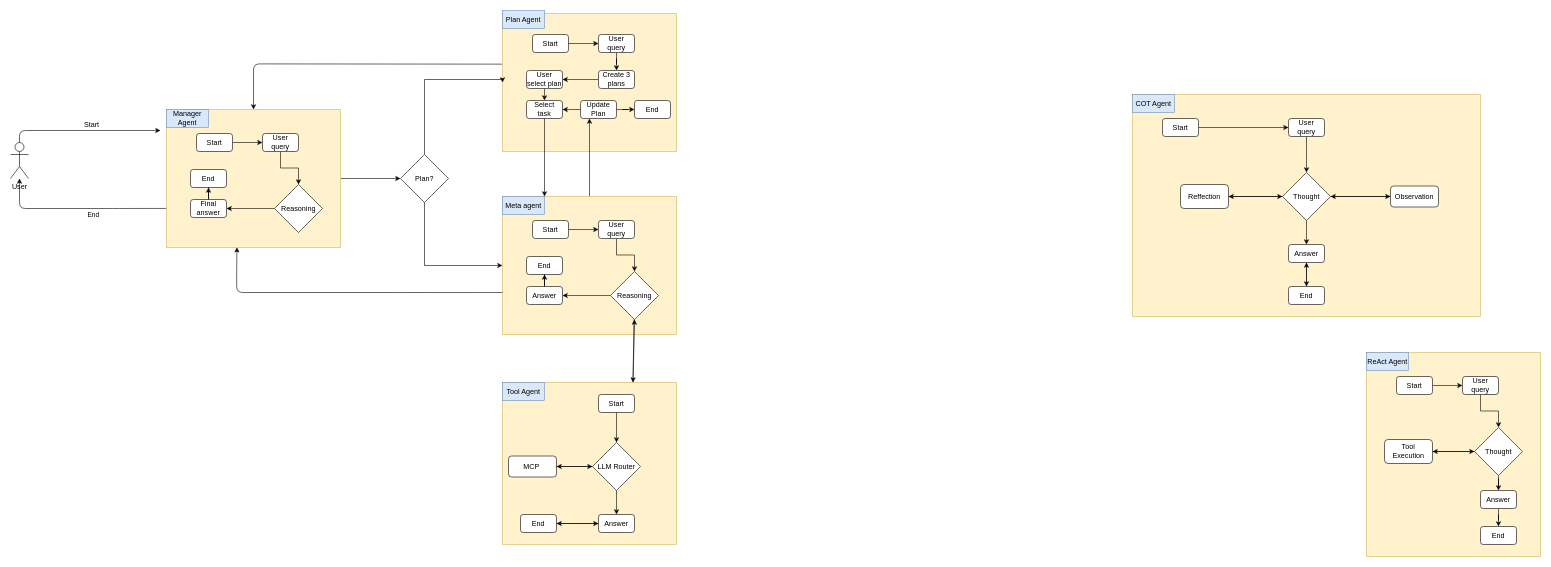
BaoBao112233/MAS-Planning keeps this draw.io diagram as docs/MAS_PlanAgent.drawio. Above is the earlier version. Source tidied: cells renumbered, new cells numbered last; positions are measured from the earlier drawing's top-left corner, leaving out a move shared by most shapes. Both pictures are drawn from the tidied source at 60%, with x=0, y=0 at pixel (10, 10).
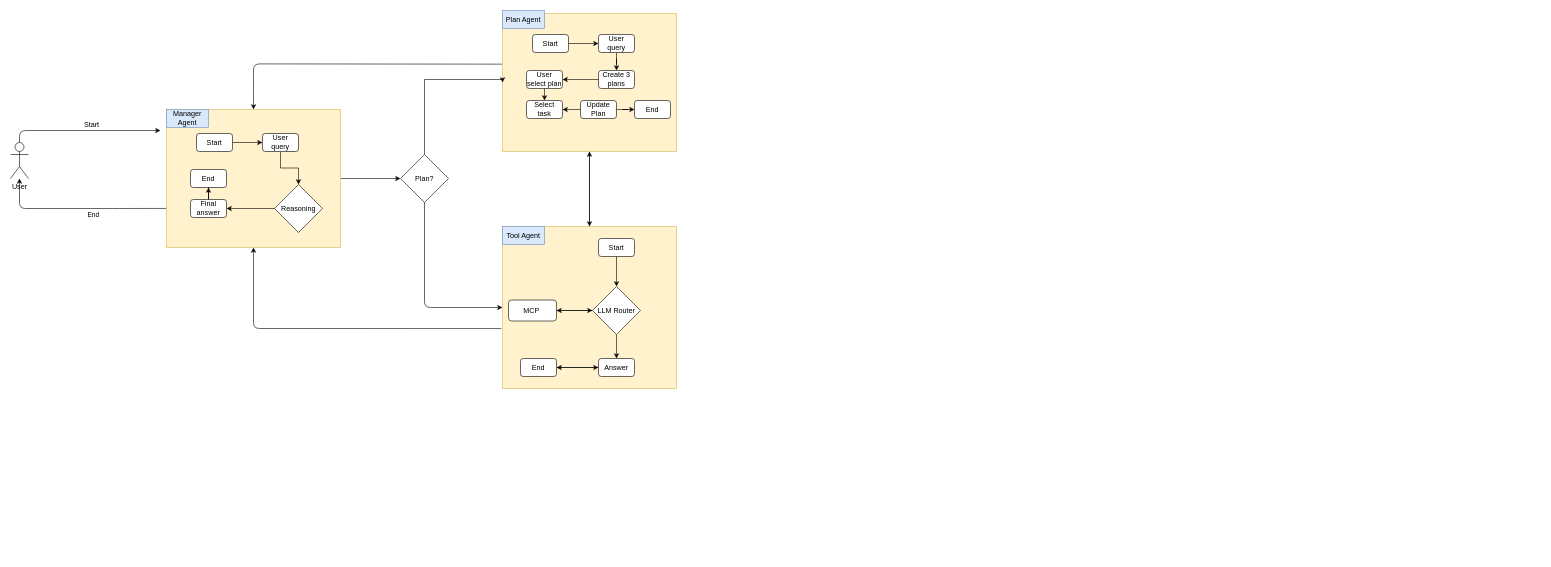
The same diagram, later.

The change refers to these unchanged cells:
```xml
<mxCell id="3" style="rounded=0;whiteSpace=wrap;html=1;fillColor=#fff2cc;strokeColor=#d6b656;" parent="1" vertex="1">
  <mxGeometry x="820" y="5" width="290" height="230" as="geometry" />
</mxCell>
<mxCell id="11" value="Select task" style="rounded=1;whiteSpace=wrap;html=1;" parent="1" vertex="1">
  <mxGeometry x="860" y="150" width="60" height="30" as="geometry" />
</mxCell>
<mxCell id="14" value="Update Plan" style="rounded=1;whiteSpace=wrap;html=1;" parent="1" vertex="1">
  <mxGeometry x="950" y="150" width="60" height="30" as="geometry" />
</mxCell>
<mxCell id="77" style="rounded=0;whiteSpace=wrap;html=1;fillColor=#fff2cc;strokeColor=#d6b656;" parent="1" vertex="1">
  <mxGeometry x="260" y="165" width="290" height="230" as="geometry" />
</mxCell>
<mxCell id="92" value="Plan?" style="rhombus;whiteSpace=wrap;html=1;" parent="1" vertex="1">
  <mxGeometry x="650" y="240" width="80" height="80" as="geometry" />
</mxCell>
```

The edit, as a diff of the source:
```diff
@@
+    <mxCell id="99" style="edgeStyle=none;html=1;entryX=0.5;entryY=0;entryDx=0;entryDy=0;" parent="1" edge="1" source="3" target="49">
+      <mxGeometry relative="1" as="geometry" />
+    </mxCell>
@@
-    <mxCell id="16" style="edgeStyle=orthogonalEdgeStyle;rounded=0;jettySize=auto;html=1;entryX=0.25;entryY=1;entryDx=0;entryDy=0;" parent="1" edge="1" source="17" target="14">
-      <mxGeometry relative="1" as="geometry" />
-    </mxCell>
-    <mxCell id="17" style="rounded=0;whiteSpace=wrap;html=1;fillColor=#fff2cc;strokeColor=#d6b656;" parent="1" vertex="1">
-      <mxGeometry x="820" y="310" width="290" height="230" as="geometry" />
-    </mxCell>
-    <mxCell id="18" value="Meta agent" style="text;html=1;align=center;verticalAlign=middle;whiteSpace=wrap;rounded=0;fillColor=#dae8fc;strokeColor=#6c8ebf;" parent="1" vertex="1">
-      <mxGeometry x="820" y="310" width="70" height="30" as="geometry" />
-    </mxCell>
-    <mxCell id="19" style="edgeStyle=orthogonalEdgeStyle;rounded=0;jettySize=auto;html=1;entryX=0;entryY=0.5;entryDx=0;entryDy=0;" parent="1" edge="1" source="20" target="22">
-      <mxGeometry relative="1" as="geometry" />
-    </mxCell>
-    <mxCell id="20" value="Start" style="rounded=1;whiteSpace=wrap;html=1;" parent="1" vertex="1">
-      <mxGeometry x="870" y="350" width="60" height="30" as="geometry" />
-    </mxCell>
-    <mxCell id="21" style="edgeStyle=orthogonalEdgeStyle;rounded=0;jettySize=auto;html=1;" parent="1" edge="1" source="22" target="27">
-      <mxGeometry relative="1" as="geometry" />
-    </mxCell>
-    <mxCell id="22" value="User query" style="rounded=1;whiteSpace=wrap;html=1;" parent="1" vertex="1">
-      <mxGeometry x="980" y="350" width="60" height="30" as="geometry" />
-    </mxCell>
-    <mxCell id="23" value="End" style="rounded=1;whiteSpace=wrap;html=1;" parent="1" vertex="1">
-      <mxGeometry x="860" y="410" width="60" height="30" as="geometry" />
-    </mxCell>
-    <mxCell id="24" style="edgeStyle=orthogonalEdgeStyle;rounded=0;jettySize=auto;html=1;" parent="1" edge="1" source="11">
-      <mxGeometry relative="1" as="geometry">
-        <mxPoint x="890" y="310" as="targetPoint" />
-        <Array as="points">
-          <mxPoint x="890" y="310" />
-        </Array>
-      </mxGeometry>
-    </mxCell>
-    <mxCell id="25" style="edgeStyle=orthogonalEdgeStyle;rounded=0;jettySize=auto;html=1;" parent="1" edge="1" source="27" target="29">
-      <mxGeometry relative="1" as="geometry" />
-    </mxCell>
-    <mxCell id="26" style="edgeStyle=none;html=1;entryX=0.75;entryY=0;entryDx=0;entryDy=0;" parent="1" edge="1" source="27" target="49">
-      <mxGeometry relative="1" as="geometry" />
-    </mxCell>
-    <mxCell id="27" value="Reasoning" style="rhombus;whiteSpace=wrap;html=1;" parent="1" vertex="1">
-      <mxGeometry x="1000" y="435" width="80" height="80" as="geometry" />
-    </mxCell>
-    <mxCell id="28" style="edgeStyle=orthogonalEdgeStyle;rounded=0;jettySize=auto;html=1;entryX=0.5;entryY=1;entryDx=0;entryDy=0;" parent="1" edge="1" source="29" target="23">
-      <mxGeometry relative="1" as="geometry" />
-    </mxCell>
-    <mxCell id="29" value="Answer" style="rounded=1;whiteSpace=wrap;html=1;" parent="1" vertex="1">
-      <mxGeometry x="860" y="460" width="60" height="30" as="geometry" />
-    </mxCell>
-    <mxCell id="30" style="rounded=0;whiteSpace=wrap;html=1;fillColor=#fff2cc;strokeColor=#d6b656;" parent="1" vertex="1">
-      <mxGeometry x="1870" y="140" width="580" height="370" as="geometry" />
-    </mxCell>
-    <mxCell id="31" value="COT Agent" style="text;html=1;align=center;verticalAlign=middle;whiteSpace=wrap;rounded=0;fillColor=#dae8fc;strokeColor=#6c8ebf;" parent="1" vertex="1">
-      <mxGeometry x="1870" y="140" width="70" height="30" as="geometry" />
-    </mxCell>
-    <mxCell id="32" style="edgeStyle=orthogonalEdgeStyle;rounded=0;jettySize=auto;html=1;entryX=0;entryY=0.5;entryDx=0;entryDy=0;" parent="1" edge="1" source="33" target="35">
-      <mxGeometry relative="1" as="geometry" />
-    </mxCell>
-    <mxCell id="33" value="Start" style="rounded=1;whiteSpace=wrap;html=1;" parent="1" vertex="1">
-      <mxGeometry x="1920" y="180" width="60" height="30" as="geometry" />
-    </mxCell>
-    <mxCell id="34" style="edgeStyle=orthogonalEdgeStyle;rounded=0;jettySize=auto;html=1;" parent="1" edge="1" source="35" target="41">
-      <mxGeometry relative="1" as="geometry" />
-    </mxCell>
-    <mxCell id="35" value="User query" style="rounded=1;whiteSpace=wrap;html=1;" parent="1" vertex="1">
-      <mxGeometry x="2130" y="180" width="60" height="30" as="geometry" />
-    </mxCell>
-    <mxCell id="36" style="edgeStyle=orthogonalEdgeStyle;rounded=0;jettySize=auto;html=1;" parent="1" edge="1" source="37" target="43">
-      <mxGeometry relative="1" as="geometry" />
-    </mxCell>
-    <mxCell id="37" value="End" style="rounded=1;whiteSpace=wrap;html=1;" parent="1" vertex="1">
-      <mxGeometry x="2130" y="460" width="60" height="30" as="geometry" />
-    </mxCell>
-    <mxCell id="38" style="edgeStyle=orthogonalEdgeStyle;rounded=0;jettySize=auto;html=1;" parent="1" edge="1" source="41" target="43">
-      <mxGeometry relative="1" as="geometry" />
-    </mxCell>
-    <mxCell id="39" style="edgeStyle=orthogonalEdgeStyle;rounded=0;jettySize=auto;html=1;entryX=1;entryY=0.5;entryDx=0;entryDy=0;" parent="1" edge="1" source="41" target="47">
-      <mxGeometry relative="1" as="geometry" />
-    </mxCell>
-    <mxCell id="40" style="edgeStyle=orthogonalEdgeStyle;rounded=0;jettySize=auto;html=1;" parent="1" edge="1" source="41" target="45">
-      <mxGeometry relative="1" as="geometry" />
-    </mxCell>
-    <mxCell id="41" value="Thought" style="rhombus;whiteSpace=wrap;html=1;" parent="1" vertex="1">
-      <mxGeometry x="2120" y="270" width="80" height="80" as="geometry" />
-    </mxCell>
-    <mxCell id="42" style="edgeStyle=orthogonalEdgeStyle;rounded=0;jettySize=auto;html=1;" parent="1" edge="1" source="43" target="37">
-      <mxGeometry relative="1" as="geometry" />
-    </mxCell>
-    <mxCell id="43" value="Answer" style="rounded=1;whiteSpace=wrap;html=1;" parent="1" vertex="1">
-      <mxGeometry x="2130" y="390" width="60" height="30" as="geometry" />
-    </mxCell>
-    <mxCell id="44" style="edgeStyle=orthogonalEdgeStyle;rounded=0;jettySize=auto;html=1;" parent="1" edge="1" source="45" target="41">
-      <mxGeometry relative="1" as="geometry" />
-    </mxCell>
-    <mxCell id="45" value="Observation" style="rounded=1;whiteSpace=wrap;html=1;" parent="1" vertex="1">
-      <mxGeometry x="2300" y="292.5" width="80" height="35" as="geometry" />
-    </mxCell>
-    <mxCell id="46" style="edgeStyle=orthogonalEdgeStyle;rounded=0;jettySize=auto;html=1;" parent="1" edge="1" source="47" target="41">
-      <mxGeometry relative="1" as="geometry" />
-    </mxCell>
-    <mxCell id="47" value="Reffection" style="rounded=1;whiteSpace=wrap;html=1;" parent="1" vertex="1">
-      <mxGeometry x="1950" y="290" width="80" height="40" as="geometry" />
-    </mxCell>
-    <mxCell id="48" style="edgeStyle=none;html=1;entryX=0.5;entryY=1;entryDx=0;entryDy=0;exitX=0.75;exitY=0;exitDx=0;exitDy=0;" parent="1" edge="1" source="49" target="27">
-      <mxGeometry relative="1" as="geometry" />
-    </mxCell>
+    <mxCell id="100" style="edgeStyle=none;html=1;entryX=0.5;entryY=1;entryDx=0;entryDy=0;" parent="1" edge="1" source="49" target="3">
+      <mxGeometry relative="1" as="geometry" />
+    </mxCell>
+    <mxCell id="101" style="edgeStyle=none;html=1;entryX=0.5;entryY=1;entryDx=0;entryDy=0;exitX=-0.007;exitY=0.63;exitDx=0;exitDy=0;exitPerimeter=0;" parent="1" edge="1" source="49" target="77">
+      <mxGeometry relative="1" as="geometry">
+        <Array as="points">
+          <mxPoint x="405" y="530" />
+        </Array>
+      </mxGeometry>
+    </mxCell>
     <mxCell id="49" style="rounded=0;whiteSpace=wrap;html=1;fillColor=#fff2cc;strokeColor=#d6b656;" parent="1" vertex="1">
-      <mxGeometry x="820" y="620" width="290" height="270" as="geometry" />
+      <mxGeometry x="820" y="360" width="290" height="270" as="geometry" />
     </mxCell>
     <mxCell id="50" value="Tool Agent" style="text;html=1;align=center;verticalAlign=middle;whiteSpace=wrap;rounded=0;fillColor=#dae8fc;strokeColor=#6c8ebf;" parent="1" vertex="1">
-      <mxGeometry x="820" y="620" width="70" height="30" as="geometry" />
+      <mxGeometry x="820" y="360" width="70" height="30" as="geometry" />
     </mxCell>
@@
     <mxCell id="52" value="Start" style="rounded=1;whiteSpace=wrap;html=1;" parent="1" vertex="1">
-      <mxGeometry x="980" y="640" width="60" height="30" as="geometry" />
+      <mxGeometry x="980" y="380" width="60" height="30" as="geometry" />
     </mxCell>
@@
     <mxCell id="54" value="End" style="rounded=1;whiteSpace=wrap;html=1;" parent="1" vertex="1">
-      <mxGeometry x="850" y="840" width="60" height="30" as="geometry" />
+      <mxGeometry x="850" y="580" width="60" height="30" as="geometry" />
     </mxCell>
@@
     <mxCell id="57" value="LLM Router" style="rhombus;whiteSpace=wrap;html=1;" parent="1" vertex="1">
-      <mxGeometry x="970" y="720" width="80" height="80" as="geometry" />
+      <mxGeometry x="970" y="460" width="80" height="80" as="geometry" />
     </mxCell>
@@
     <mxCell id="59" value="Answer" style="rounded=1;whiteSpace=wrap;html=1;" parent="1" vertex="1">
-      <mxGeometry x="980" y="840" width="60" height="30" as="geometry" />
+      <mxGeometry x="980" y="580" width="60" height="30" as="geometry" />
     </mxCell>
@@
     <mxCell id="61" value="MCP&amp;nbsp;" style="rounded=1;whiteSpace=wrap;html=1;" parent="1" vertex="1">
-      <mxGeometry x="830" y="742.5" width="80" height="35" as="geometry" />
+      <mxGeometry x="830" y="482.5" width="80" height="35" as="geometry" />
     </mxCell>
-    <mxCell id="62" style="rounded=0;whiteSpace=wrap;html=1;fillColor=#fff2cc;strokeColor=#d6b656;" parent="1" vertex="1">
-      <mxGeometry x="2260" y="570" width="290" height="340" as="geometry" />
-    </mxCell>
-    <mxCell id="63" value="ReAct Agent" style="text;html=1;align=center;verticalAlign=middle;whiteSpace=wrap;rounded=0;fillColor=#dae8fc;strokeColor=#6c8ebf;" parent="1" vertex="1">
-      <mxGeometry x="2260" y="570" width="70" height="30" as="geometry" />
-    </mxCell>
-    <mxCell id="64" style="edgeStyle=orthogonalEdgeStyle;rounded=0;jettySize=auto;html=1;entryX=0;entryY=0.5;entryDx=0;entryDy=0;" parent="1" edge="1" source="65" target="67">
-      <mxGeometry relative="1" as="geometry" />
-    </mxCell>
-    <mxCell id="65" value="Start" style="rounded=1;whiteSpace=wrap;html=1;" parent="1" vertex="1">
-      <mxGeometry x="2310" y="610" width="60" height="30" as="geometry" />
-    </mxCell>
-    <mxCell id="66" style="edgeStyle=orthogonalEdgeStyle;rounded=0;jettySize=auto;html=1;" parent="1" edge="1" source="67" target="71">
-      <mxGeometry relative="1" as="geometry" />
-    </mxCell>
-    <mxCell id="67" value="User query" style="rounded=1;whiteSpace=wrap;html=1;" parent="1" vertex="1">
-      <mxGeometry x="2420" y="610" width="60" height="30" as="geometry" />
-    </mxCell>
-    <mxCell id="68" value="End" style="rounded=1;whiteSpace=wrap;html=1;" parent="1" vertex="1">
-      <mxGeometry x="2450" y="860" width="60" height="30" as="geometry" />
-    </mxCell>
-    <mxCell id="69" style="edgeStyle=orthogonalEdgeStyle;rounded=0;jettySize=auto;html=1;" parent="1" edge="1" source="71" target="73">
-      <mxGeometry relative="1" as="geometry" />
-    </mxCell>
-    <mxCell id="70" style="edgeStyle=orthogonalEdgeStyle;rounded=0;jettySize=auto;html=1;" parent="1" edge="1" source="71" target="89">
-      <mxGeometry relative="1" as="geometry" />
-    </mxCell>
-    <mxCell id="71" value="Thought" style="rhombus;whiteSpace=wrap;html=1;" parent="1" vertex="1">
-      <mxGeometry x="2440" y="695" width="80" height="80" as="geometry" />
-    </mxCell>
-    <mxCell id="72" style="edgeStyle=orthogonalEdgeStyle;rounded=0;jettySize=auto;html=1;" parent="1" edge="1" source="73" target="68">
-      <mxGeometry relative="1" as="geometry" />
-    </mxCell>
-    <mxCell id="73" value="Answer" style="rounded=1;whiteSpace=wrap;html=1;" parent="1" vertex="1">
-      <mxGeometry x="2450" y="800" width="60" height="30" as="geometry" />
-    </mxCell>
@@
-    <mxCell id="88" style="edgeStyle=orthogonalEdgeStyle;rounded=0;jettySize=auto;html=1;" parent="1" edge="1" source="89" target="71">
-      <mxGeometry relative="1" as="geometry" />
-    </mxCell>
-    <mxCell id="89" value="Tool Execution" style="rounded=1;whiteSpace=wrap;html=1;" parent="1" vertex="1">
-      <mxGeometry x="2290" y="715" width="80" height="40" as="geometry" />
-    </mxCell>
@@
-    <mxCell id="91" style="edgeStyle=orthogonalEdgeStyle;rounded=0;jettySize=auto;html=1;" parent="1" edge="1" source="92" target="17">
-      <mxGeometry relative="1" as="geometry">
-        <Array as="points">
-          <mxPoint x="690" y="425" />
-        </Array>
-      </mxGeometry>
-    </mxCell>
+    <mxCell id="102" style="edgeStyle=none;html=1;entryX=0;entryY=0.5;entryDx=0;entryDy=0;" parent="1" edge="1" source="92" target="49">
+      <mxGeometry relative="1" as="geometry">
+        <Array as="points">
+          <mxPoint x="690" y="495" />
+        </Array>
+      </mxGeometry>
+    </mxCell>
@@
-    <mxCell id="95" style="edgeStyle=none;html=1;entryX=0.405;entryY=0.998;entryDx=0;entryDy=0;entryPerimeter=0;exitX=0;exitY=0.696;exitDx=0;exitDy=0;exitPerimeter=0;" parent="1" edge="1" source="17" target="77">
-      <mxGeometry relative="1" as="geometry">
-        <Array as="points">
-          <mxPoint x="650" y="470" />
-          <mxPoint x="377" y="470" />
-          <mxPoint x="377" y="425" />
-        </Array>
-      </mxGeometry>
-    </mxCell>
```
